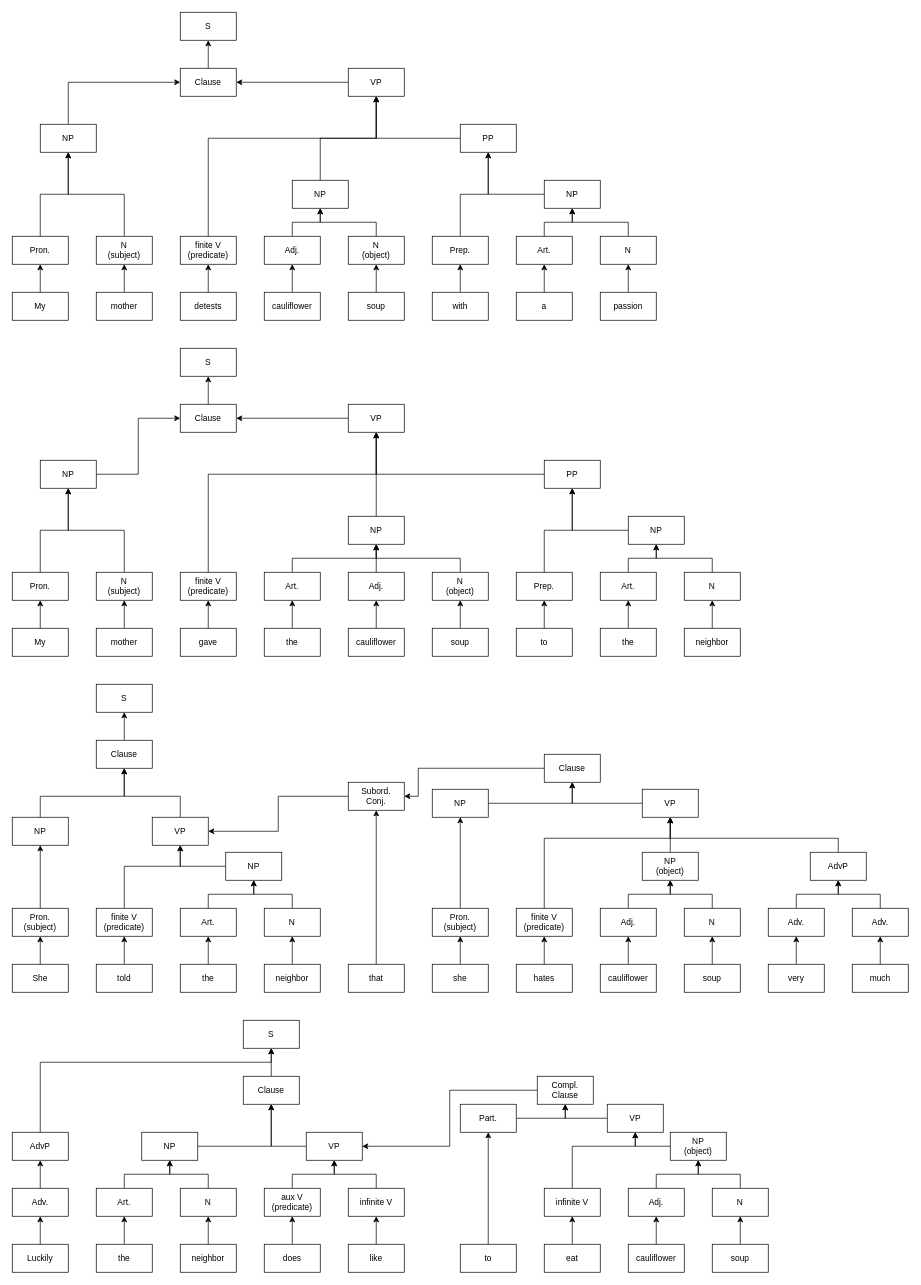
zouharvi/uds-rug-student keeps this draw.io diagram as linguistics_foundations/hw/syntax_1.drawio. Above is the earlier version. Source tidied: cells renumbered, new cells numbered last; positions are measured from the earlier drawing's top-left corner, leaving out a move shared by most shapes. Both pictures are drawn from the tidied source at 70%, with x=0, y=0 at pixel (12, 12).
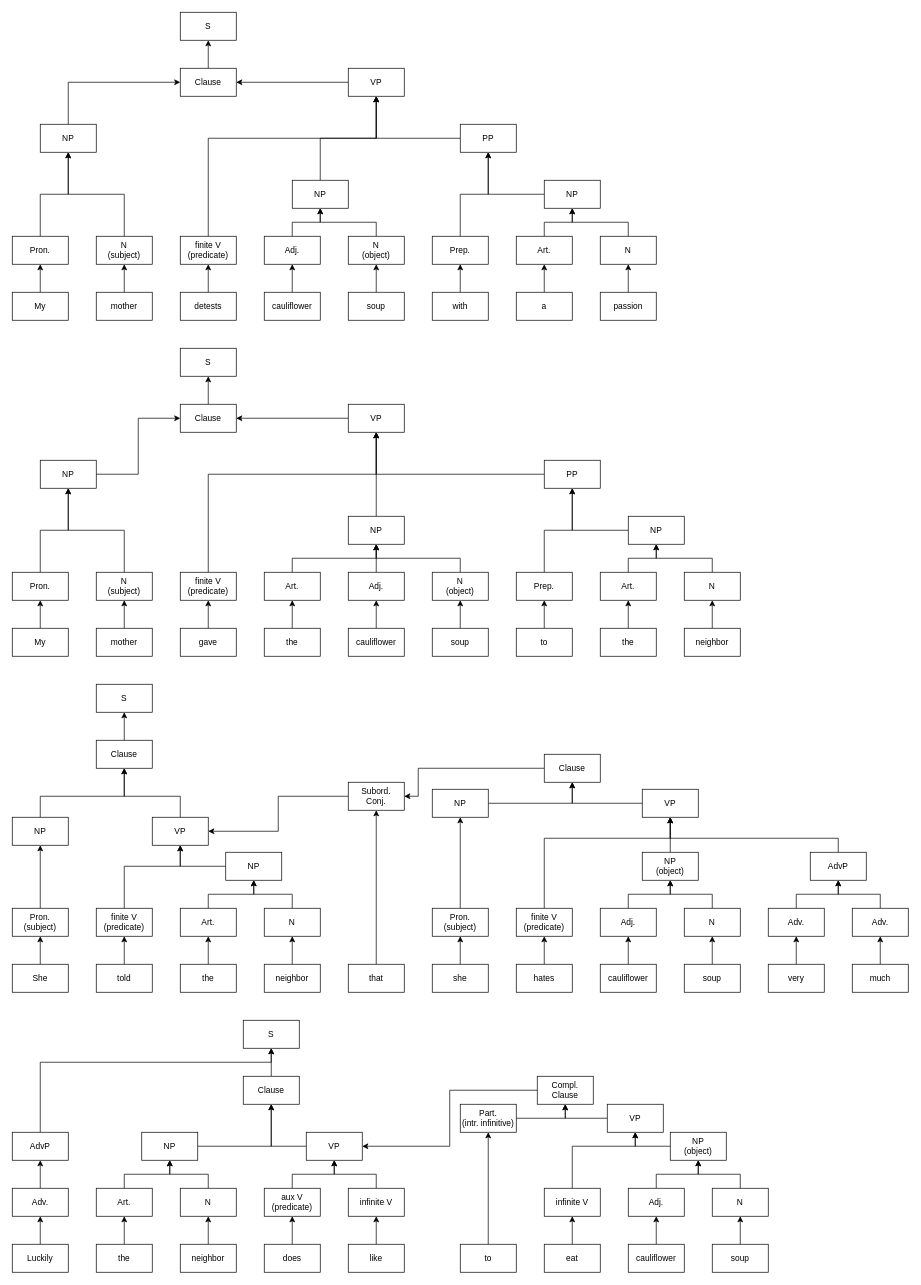
Above is the later version.

Diff of the diagram source:
```diff
@@
-    <mxCell id="207" value="Part." style="rounded=0;whiteSpace=wrap;html=1;" parent="1" vertex="1">
+    <mxCell id="207" value="Part.&lt;br&gt;(intr. infinitive)" style="rounded=0;whiteSpace=wrap;html=1;" parent="1" vertex="1">
       <mxGeometry x="640" y="1560" width="80" height="40" as="geometry" />
     </mxCell>
```
